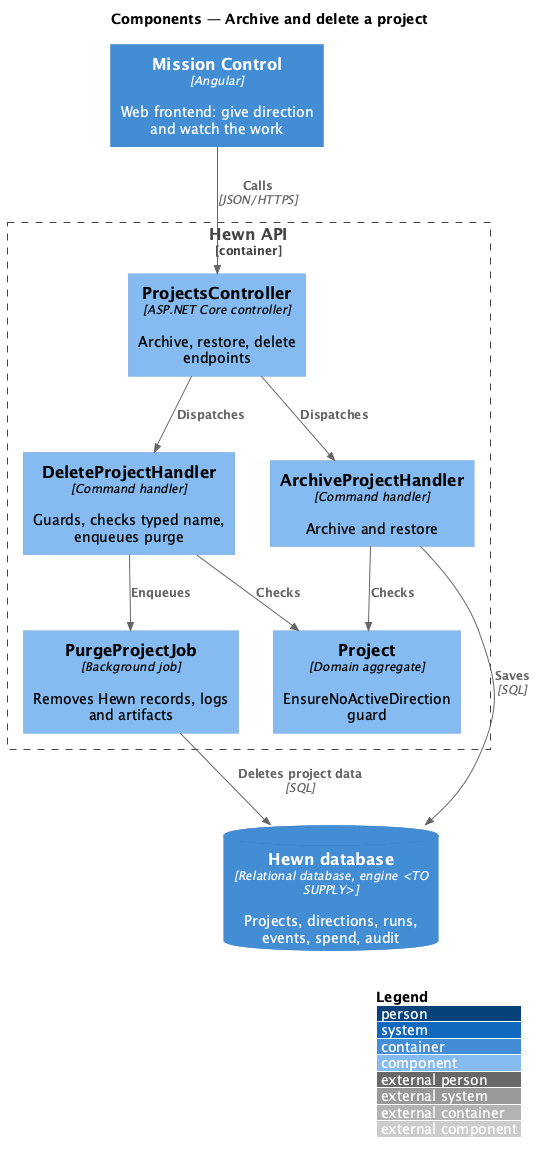
QuinntyneBrown/hewn keeps this PlantUML diagram as docs/detailed-designs/projects/archive-and-delete-project/diagrams/c4-component.png. Above is the earlier version.
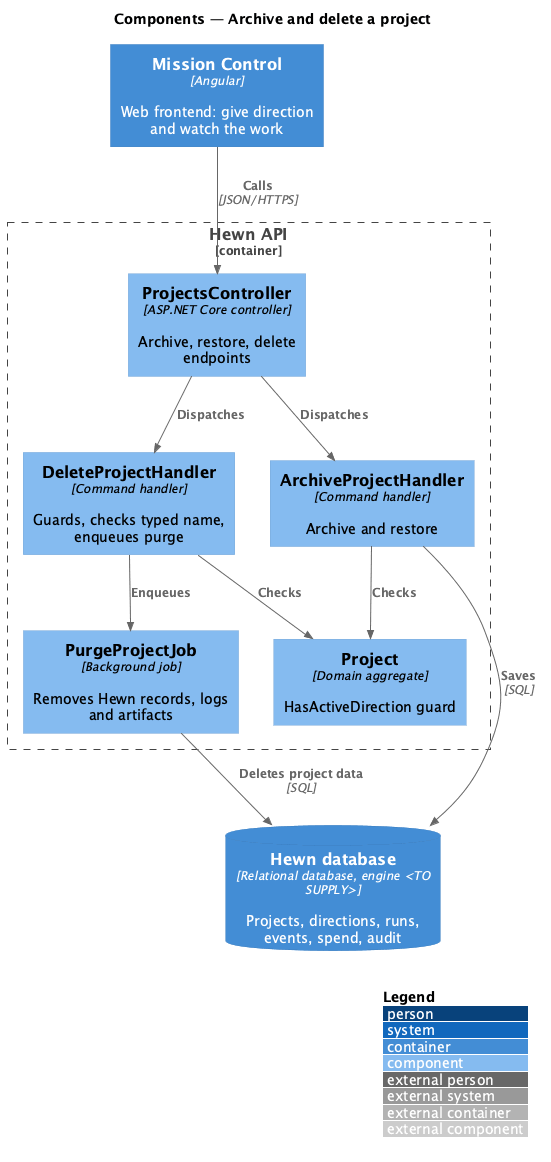
After the change.

Diff of the diagram source:
```diff
@@ -9,7 +9,7 @@
   Component(ctrl, "ProjectsController", "ASP.NET Core controller", "Archive, restore, delete endpoints")
   Component(arch, "ArchiveProjectHandler", "Command handler", "Archive and restore")
   Component(del, "DeleteProjectHandler", "Command handler", "Guards, checks typed name, enqueues purge")
-  Component(guard, "Project", "Domain aggregate", "EnsureNoActiveDirection guard")
+  Component(guard, "Project", "Domain aggregate", "HasActiveDirection guard")
   Component(purge, "PurgeProjectJob", "Background job", "Removes Hewn records, logs and artifacts")
 }
 
```
